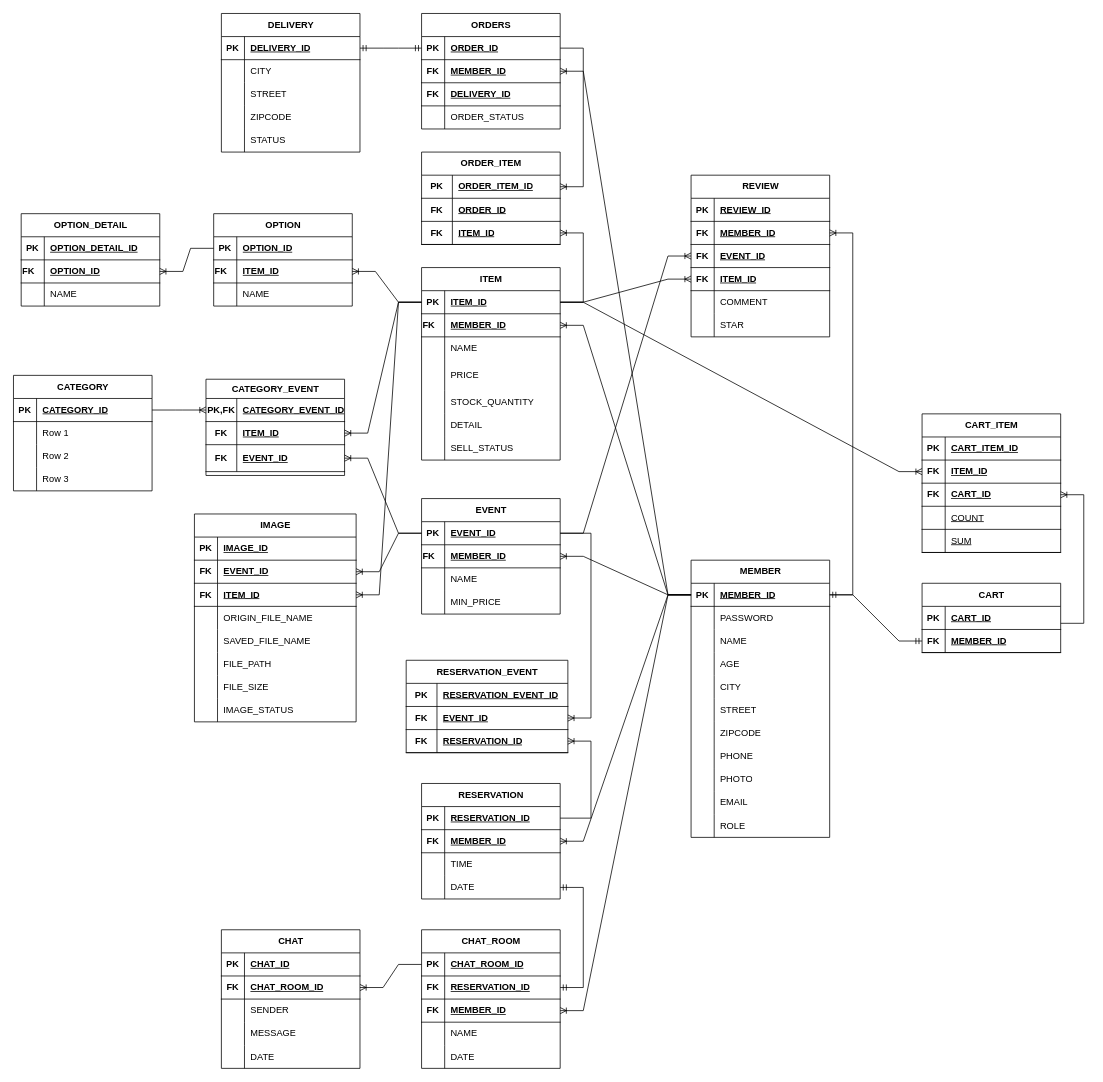
Above: EventLinkERD.drawio in leeheeweon/EventLink (draw.io), before the change. Source tidied: cells renumbered, new cells numbered last; positions are measured from the earlier drawing's top-left corner, leaving out a move shared by most shapes. Both pictures are drawn from the tidied source at 77%, with x=0, y=0 at pixel (13, 13).
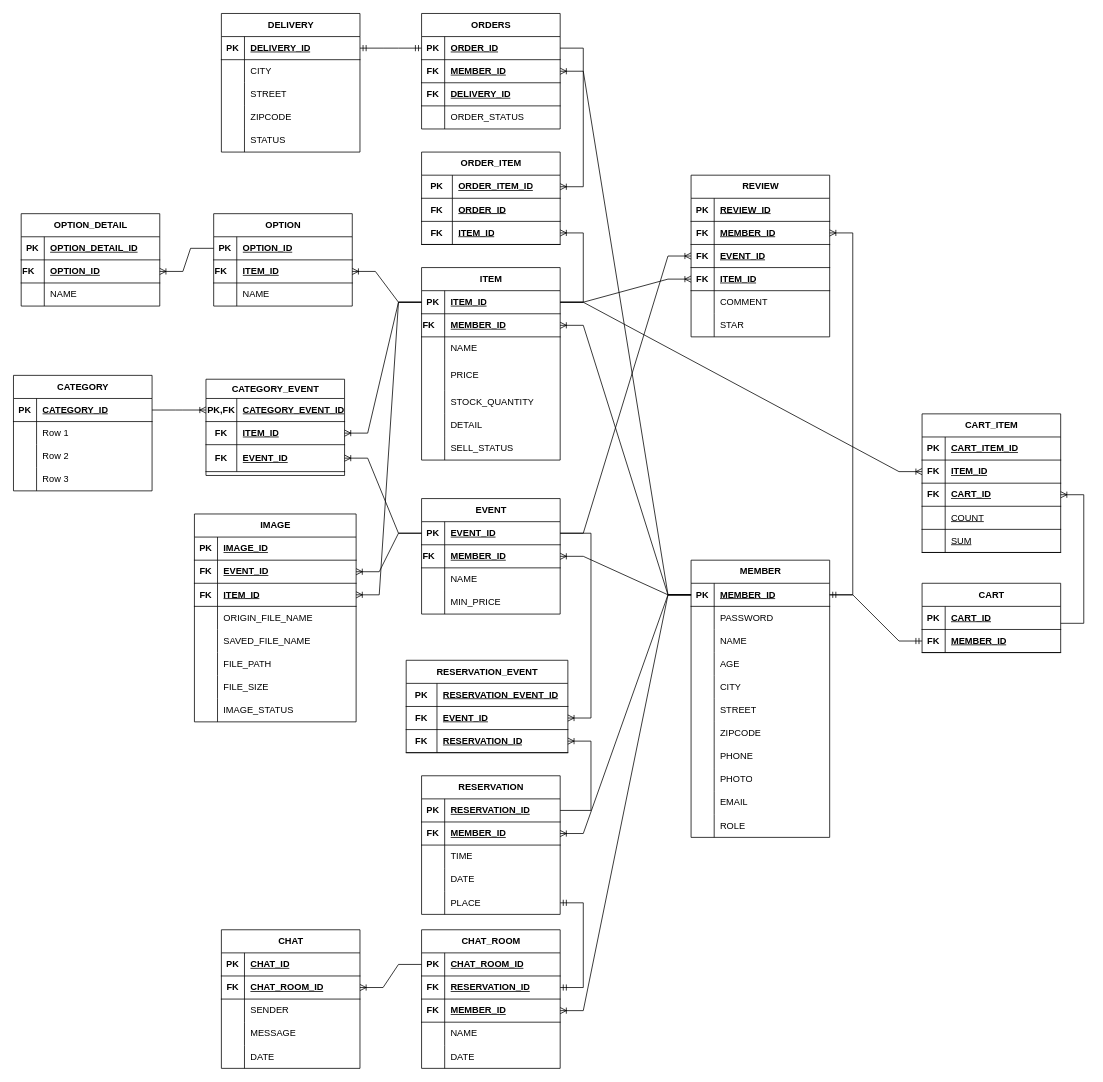
The same page after the edit.

Change to the diagram source:
```diff
@@
     <mxCell id="58" value="RESERVATION" style="shape=table;startSize=30;childLayout=tableLayout;rowLines=0;fontStyle=1;align=center;html=1;" parent="1" vertex="1">
-      <mxGeometry x="530" y="1000" width="180" height="150" as="geometry" />
+      <mxGeometry x="530" y="990" width="180" height="180" as="geometry" />
     </mxCell>
@@
+    <mxCell id="300" style="shape=tableRow;horizontal=0;startSize=0;swimlaneHead=0;swimlaneBody=0;fillColor=none;top=0;left=0;right=0;bottom=0;" parent="58" vertex="1">
+      <mxGeometry y="120" width="180" height="30" as="geometry" />
+    </mxCell>
+    <mxCell id="301" style="shape=partialRectangle;fillColor=none;top=0;left=0;bottom=0;right=0;overflow=hidden;whiteSpace=wrap;html=1;" parent="300" vertex="1">
+      <mxGeometry width="30" height="30" as="geometry" />
+    </mxCell>
+    <mxCell id="302" value="DATE" style="shape=partialRectangle;fillColor=none;top=0;left=0;bottom=0;right=0;align=left;spacingLeft=6;overflow=hidden;whiteSpace=wrap;html=1;" parent="300" vertex="1">
+      <mxGeometry x="30" width="150" height="30" as="geometry" />
+    </mxCell>
     <mxCell id="68" style="shape=tableRow;horizontal=0;startSize=0;swimlaneHead=0;swimlaneBody=0;fillColor=none;points=[[0,0.5],[1,0.5]];portConstraint=eastwest;top=0;left=0;right=0;bottom=0;" parent="58" vertex="1">
-      <mxGeometry y="120" width="180" height="30" as="geometry" />
+      <mxGeometry y="150" width="180" height="30" as="geometry" />
     </mxCell>
@@
-    <mxCell id="70" value="DATE" style="shape=partialRectangle;fillColor=none;top=0;left=0;bottom=0;right=0;align=left;spacingLeft=6;overflow=hidden;whiteSpace=wrap;html=1;" parent="68" vertex="1">
+    <mxCell id="70" value="PLACE" style="shape=partialRectangle;fillColor=none;top=0;left=0;bottom=0;right=0;align=left;spacingLeft=6;overflow=hidden;whiteSpace=wrap;html=1;" parent="68" vertex="1">
       <mxGeometry x="30" width="150" height="30" as="geometry" />
     </mxCell>
```
